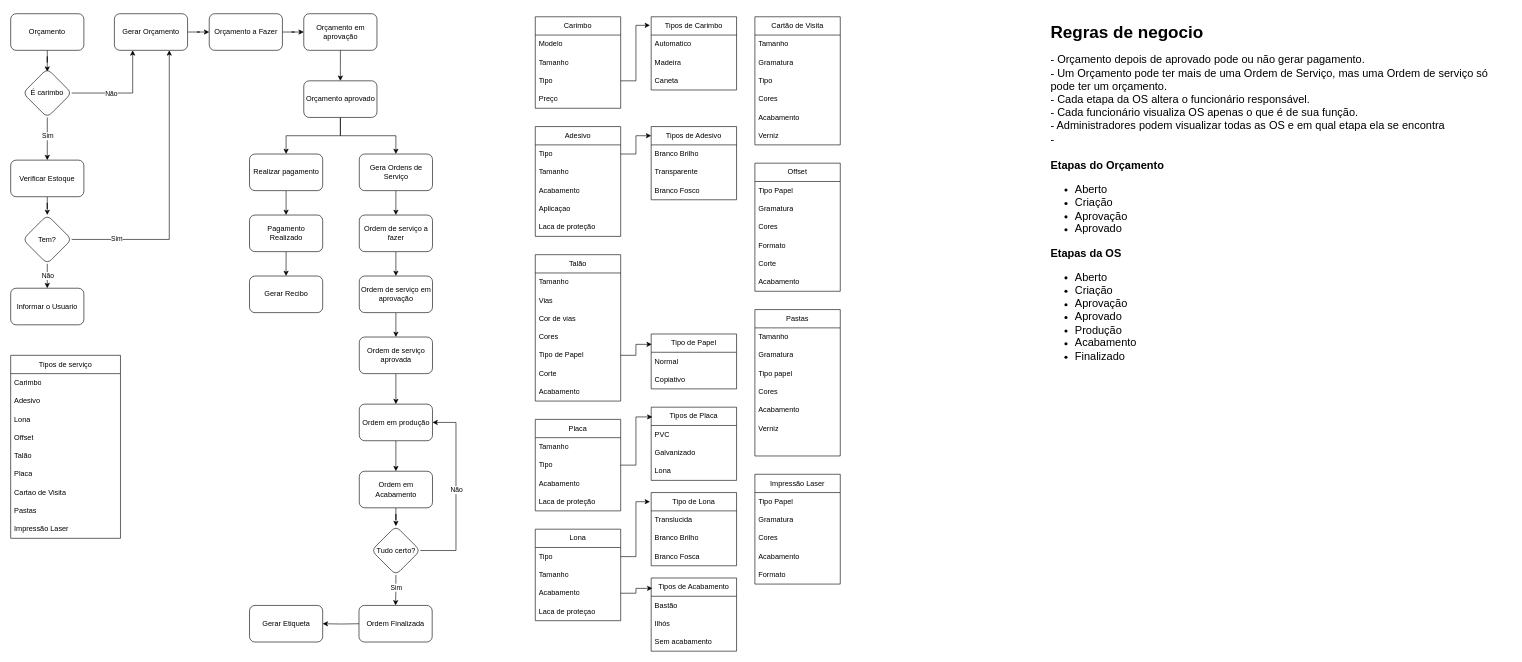
This is Diagrama sem nome.drawio from lucasbins/diagrams, a draw.io file, before an edit. Source tidied: cells renumbered, new cells numbered last; positions are measured from the earlier drawing's top-left corner, leaving out a move shared by most shapes. Both pictures are drawn from the tidied source at 61%, with x=0, y=0 at pixel (10, 13).
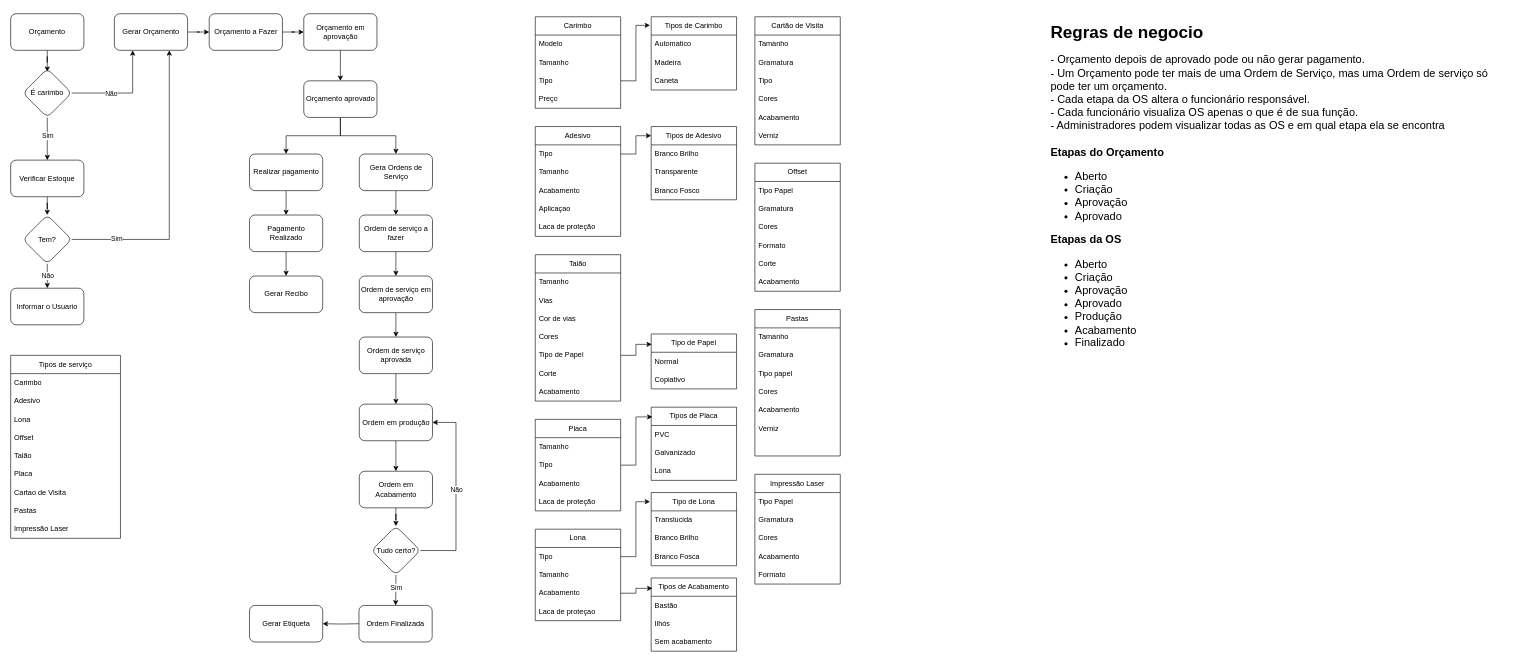
After the change.

Change to the diagram source:
```diff
@@
-    <mxCell id="147" value="&lt;h1 style=&quot;font-size: 28px;&quot;&gt;&lt;font style=&quot;font-size: 28px;&quot;&gt;Regras de negocio&lt;/font&gt;&lt;/h1&gt;&lt;div style=&quot;font-size: 18px;&quot;&gt;&lt;font style=&quot;font-size: 18px;&quot;&gt;- Orçamento depois de aprovado pode ou não gerar pagamento.&lt;/font&gt;&lt;/div&gt;&lt;div style=&quot;font-size: 18px;&quot;&gt;&lt;font style=&quot;font-size: 18px;&quot;&gt;- Um Orçamento pode ter mais de uma Ordem de Serviço, mas uma Ordem de serviço só pode ter um orçamento.&lt;/font&gt;&lt;/div&gt;&lt;div style=&quot;font-size: 18px;&quot;&gt;&lt;font style=&quot;font-size: 18px;&quot;&gt;- Cada etapa da OS altera o funcionário responsável.&lt;/font&gt;&lt;/div&gt;&lt;div style=&quot;font-size: 18px;&quot;&gt;&lt;font style=&quot;font-size: 18px;&quot;&gt;- Cada funcionário visualiza OS apenas o que é de sua função.&lt;/font&gt;&lt;/div&gt;&lt;div style=&quot;font-size: 18px;&quot;&gt;- Administradores podem visualizar todas as OS e em qual etapa ela se encontra&lt;/div&gt;&lt;div style=&quot;font-size: 18px;&quot;&gt;-&amp;nbsp;&lt;/div&gt;&lt;div style=&quot;font-size: 18px;&quot;&gt;&lt;b&gt;&lt;br&gt;&lt;/b&gt;&lt;/div&gt;&lt;div style=&quot;font-size: 18px;&quot;&gt;&lt;b&gt;Etapas do Orçamento&lt;/b&gt;&lt;/div&gt;&lt;div style=&quot;font-size: 18px;&quot;&gt;&lt;ul&gt;&lt;li&gt;Aberto&lt;/li&gt;&lt;li&gt;Criação&lt;/li&gt;&lt;li&gt;Aprovação&lt;/li&gt;&lt;li&gt;Aprovado&lt;/li&gt;&lt;/ul&gt;&lt;div&gt;&lt;b&gt;Etapas da OS&lt;/b&gt;&lt;/div&gt;&lt;div&gt;&lt;ul&gt;&lt;li&gt;Aberto&lt;/li&gt;&lt;li&gt;Criação&lt;/li&gt;&lt;li&gt;Aprovação&lt;/li&gt;&lt;li&gt;Aprovado&lt;/li&gt;&lt;li&gt;Produção&lt;/li&gt;&lt;li&gt;Acabamento&lt;/li&gt;&lt;li&gt;Finalizado&lt;/li&gt;&lt;/ul&gt;&lt;/div&gt;&lt;/div&gt;" style="text;html=1;strokeColor=none;fillColor=none;spacing=5;spacingTop=-20;whiteSpace=wrap;overflow=hidden;rounded=0;align=left;" parent="1" vertex="1">
+    <mxCell id="147" value="&lt;h1 style=&quot;font-size: 28px;&quot;&gt;&lt;font style=&quot;font-size: 28px;&quot;&gt;Regras de negocio&lt;/font&gt;&lt;/h1&gt;&lt;div style=&quot;font-size: 18px;&quot;&gt;&lt;font style=&quot;font-size: 18px;&quot;&gt;- Orçamento depois de aprovado pode ou não gerar pagamento.&lt;/font&gt;&lt;/div&gt;&lt;div style=&quot;font-size: 18px;&quot;&gt;&lt;font style=&quot;font-size: 18px;&quot;&gt;- Um Orçamento pode ter mais de uma Ordem de Serviço, mas uma Ordem de serviço só pode ter um orçamento.&lt;/font&gt;&lt;/div&gt;&lt;div style=&quot;font-size: 18px;&quot;&gt;&lt;font style=&quot;font-size: 18px;&quot;&gt;- Cada etapa da OS altera o funcionário responsável.&lt;/font&gt;&lt;/div&gt;&lt;div style=&quot;font-size: 18px;&quot;&gt;&lt;font style=&quot;font-size: 18px;&quot;&gt;- Cada funcionário visualiza OS apenas o que é de sua função.&lt;/font&gt;&lt;/div&gt;&lt;div style=&quot;font-size: 18px;&quot;&gt;- Administradores podem visualizar todas as OS e em qual etapa ela se encontra&lt;/div&gt;&lt;div style=&quot;font-size: 18px;&quot;&gt;&lt;b&gt;&lt;br&gt;&lt;/b&gt;&lt;/div&gt;&lt;div style=&quot;font-size: 18px;&quot;&gt;&lt;b&gt;Etapas do Orçamento&lt;/b&gt;&lt;/div&gt;&lt;div style=&quot;font-size: 18px;&quot;&gt;&lt;ul&gt;&lt;li&gt;Aberto&lt;/li&gt;&lt;li&gt;Criação&lt;/li&gt;&lt;li&gt;Aprovação&lt;/li&gt;&lt;li&gt;Aprovado&lt;/li&gt;&lt;/ul&gt;&lt;div&gt;&lt;b&gt;Etapas da OS&lt;/b&gt;&lt;/div&gt;&lt;div&gt;&lt;ul&gt;&lt;li&gt;Aberto&lt;/li&gt;&lt;li&gt;Criação&lt;/li&gt;&lt;li&gt;Aprovação&lt;/li&gt;&lt;li&gt;Aprovado&lt;/li&gt;&lt;li&gt;Produção&lt;/li&gt;&lt;li&gt;Acabamento&lt;/li&gt;&lt;li&gt;Finalizado&lt;/li&gt;&lt;/ul&gt;&lt;/div&gt;&lt;/div&gt;" style="text;html=1;strokeColor=none;fillColor=none;spacing=5;spacingTop=-20;whiteSpace=wrap;overflow=hidden;rounded=0;align=left;" parent="1" vertex="1">
       <mxGeometry x="1700" y="5" width="760" height="1000" as="geometry" />
     </mxCell>
```
